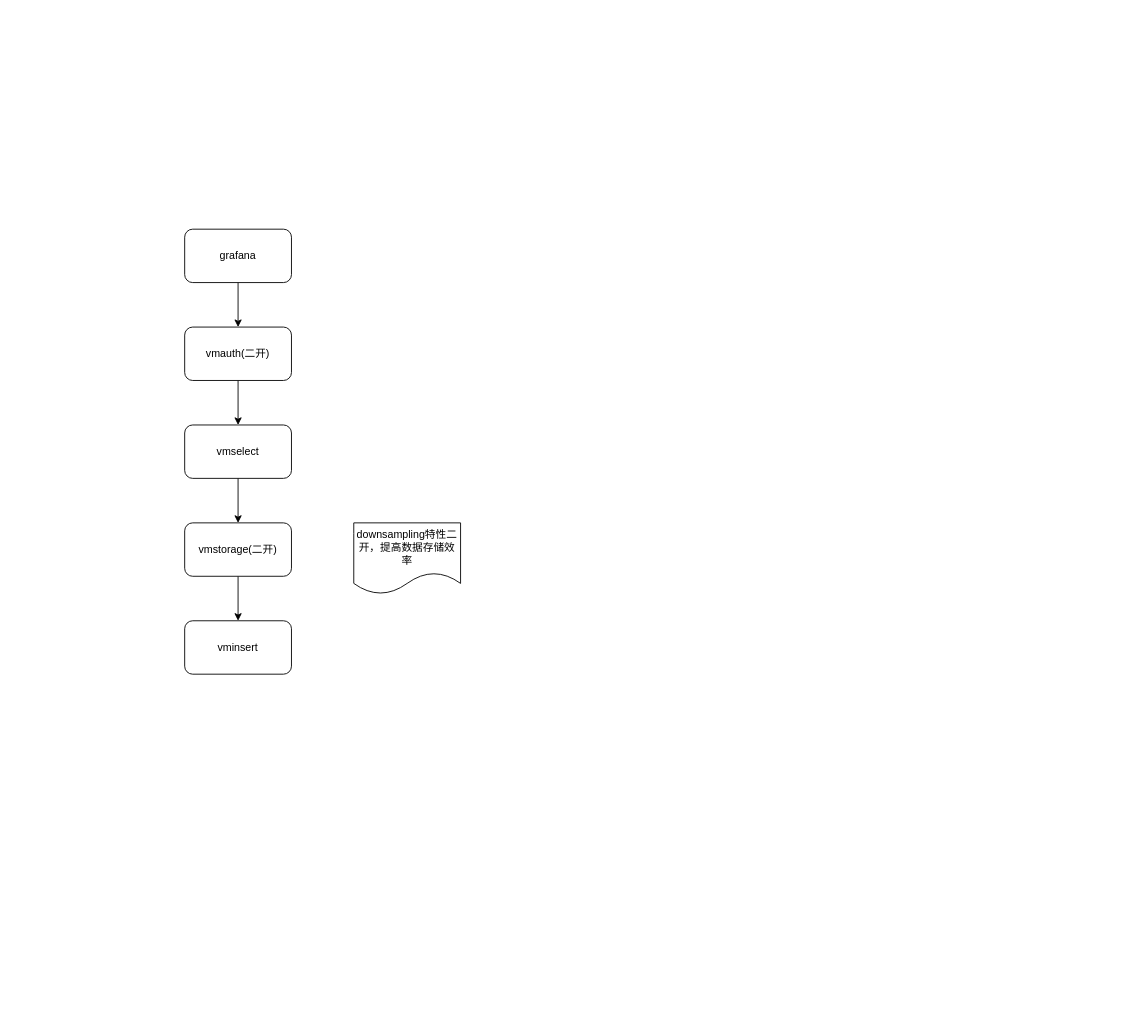
The draw.io diagram 运维中心-可观测-整体架构.drawio in leiwingqueen/draw-io, before the edit. Source tidied: cells renumbered, new cells numbered last; positions are measured from the earlier drawing's top-left corner, leaving out a move shared by most shapes. Both pictures are drawn from the tidied source at 89%, with x=0, y=0 at pixel (24, 122).
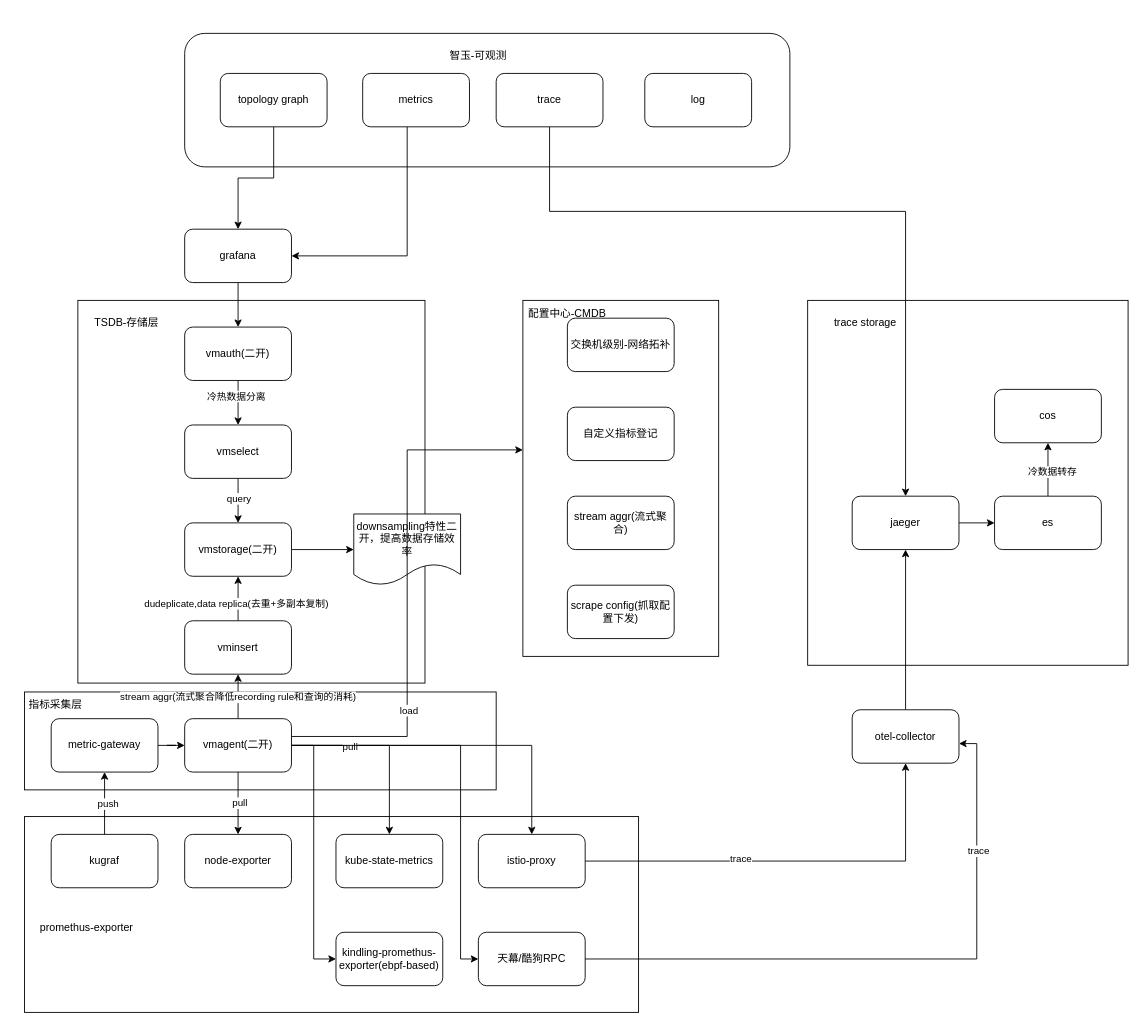
The same diagram, later.

Commit message (it also covers changes not shown here):
更新运维中心-可观测-整体架构.drawio

The change refers to these unchanged cells:
```xml
<mxCell id="4" value="grafana" style="rounded=1;whiteSpace=wrap;html=1;" parent="1" vertex="1">
  <mxGeometry x="180" y="120" width="120" height="60" as="geometry" />
</mxCell>
<mxCell id="5" style="edgeStyle=orthogonalEdgeStyle;rounded=0;jettySize=auto;html=1;" parent="1" edge="1" source="6" target="8">
  <mxGeometry relative="1" as="geometry" />
</mxCell>
<mxCell id="7" style="edgeStyle=orthogonalEdgeStyle;rounded=0;jettySize=auto;html=1;" parent="1" edge="1" source="8" target="10">
  <mxGeometry relative="1" as="geometry" />
</mxCell>
<mxCell id="10" value="vmstorage(二开)" style="rounded=1;whiteSpace=wrap;html=1;" parent="1" vertex="1">
  <mxGeometry x="180" y="450" width="120" height="60" as="geometry" />
</mxCell>
<mxCell id="12" value="vminsert" style="rounded=1;whiteSpace=wrap;html=1;" parent="1" vertex="1">
  <mxGeometry x="180" y="560" width="120" height="60" as="geometry" />
</mxCell>
```

What changed in the source:
```diff
@@
+    <mxCell id="13" style="rounded=0;whiteSpace=wrap;html=1;" parent="1" vertex="1">
+      <mxGeometry x="880" y="200" width="360" height="410" as="geometry" />
+    </mxCell>
+    <mxCell id="14" style="rounded=0;whiteSpace=wrap;html=1;" parent="1" vertex="1">
+      <mxGeometry x="560" y="200" width="220" height="400" as="geometry" />
+    </mxCell>
+    <mxCell id="15" style="rounded=0;whiteSpace=wrap;html=1;" parent="1" vertex="1">
+      <mxGeometry y="780" width="690" height="220" as="geometry" />
+    </mxCell>
+    <mxCell id="16" style="rounded=0;whiteSpace=wrap;html=1;" parent="1" vertex="1">
+      <mxGeometry y="640" width="530" height="110" as="geometry" />
+    </mxCell>
+    <mxCell id="17" style="rounded=0;whiteSpace=wrap;html=1;" parent="1" vertex="1">
+      <mxGeometry x="60" y="200" width="390" height="430" as="geometry" />
+    </mxCell>
     <mxCell id="2" style="text;whiteSpace=wrap;html=1;" parent="1" vertex="1">
-      <mxGeometry width="60" height="50" as="geometry" />
+      <mxGeometry y="-120" width="60" height="50" as="geometry" />
     </mxCell>
@@
+    <mxCell id="18" value="冷热数据分离" style="edgeLabel;html=1;align=center;verticalAlign=middle;" parent="5" vertex="1">
+      <mxGeometry x="-0.32" y="-3" relative="1" as="geometry" />
+    </mxCell>
@@
+    <mxCell id="19" value="query" style="edgeLabel;html=1;align=center;verticalAlign=middle;" parent="7" vertex="1">
+      <mxGeometry x="-0.12" relative="1" as="geometry" />
+    </mxCell>
@@
-    <mxCell id="9" style="edgeStyle=orthogonalEdgeStyle;rounded=0;jettySize=auto;html=1;" parent="1" edge="1" source="10" target="12">
-      <mxGeometry relative="1" as="geometry" />
-    </mxCell>
+    <mxCell id="20" style="edgeStyle=orthogonalEdgeStyle;rounded=0;jettySize=auto;html=1;" parent="1" edge="1" source="10" target="11">
+      <mxGeometry relative="1" as="geometry" />
+    </mxCell>
@@
     <mxCell id="11" value="downsampling特性二开，提高数据存储效率" style="shape=document;whiteSpace=wrap;html=1;boundedLbl=1;" parent="1" vertex="1">
-      <mxGeometry x="370" y="450" width="120" height="80" as="geometry" />
+      <mxGeometry x="370" y="440" width="120" height="80" as="geometry" />
     </mxCell>
+    <mxCell id="21" style="edgeStyle=orthogonalEdgeStyle;rounded=0;jettySize=auto;html=1;" parent="1" edge="1" source="12" target="10">
+      <mxGeometry relative="1" as="geometry" />
+    </mxCell>
+    <mxCell id="22" value="dudeplicate,data replica(去重+多副本复制)" style="edgeLabel;html=1;align=center;verticalAlign=middle;" parent="21" vertex="1">
+      <mxGeometry x="-0.2" y="3" relative="1" as="geometry" />
+    </mxCell>
@@
+    <mxCell id="23" style="edgeStyle=orthogonalEdgeStyle;rounded=0;jettySize=auto;html=1;" parent="1" edge="1" source="32" target="12">
+      <mxGeometry relative="1" as="geometry" />
+    </mxCell>
+    <mxCell id="24" value="stream aggr(流式聚合降低recording rule和查询的消耗)" style="edgeLabel;html=1;align=center;verticalAlign=middle;" parent="23" vertex="1">
+      <mxGeometry y="1" relative="1" as="geometry" />
+    </mxCell>
+    <mxCell id="25" style="edgeStyle=orthogonalEdgeStyle;rounded=0;jettySize=auto;html=1;" parent="1" edge="1" source="32" target="38">
+      <mxGeometry relative="1" as="geometry" />
+    </mxCell>
+    <mxCell id="26" value="pull" style="edgeLabel;html=1;align=center;verticalAlign=middle;" parent="25" vertex="1">
+      <mxGeometry x="-0.03" y="1" relative="1" as="geometry" />
+    </mxCell>
+    <mxCell id="27" style="edgeStyle=orthogonalEdgeStyle;rounded=0;jettySize=auto;html=1;entryX=0.5;entryY=0;entryDx=0;entryDy=0;" parent="1" edge="1" source="32" target="39">
+      <mxGeometry relative="1" as="geometry" />
+    </mxCell>
+    <mxCell id="28" style="edgeStyle=orthogonalEdgeStyle;rounded=0;jettySize=auto;html=1;entryX=0.5;entryY=0;entryDx=0;entryDy=0;" parent="1" edge="1" source="32" target="53">
+      <mxGeometry relative="1" as="geometry" />
+    </mxCell>
+    <mxCell id="29" value="pull" style="edgeLabel;html=1;align=center;verticalAlign=middle;" parent="28" vertex="1">
+      <mxGeometry x="-0.65" y="-1" relative="1" as="geometry" />
+    </mxCell>
+    <mxCell id="30" style="edgeStyle=orthogonalEdgeStyle;rounded=0;jettySize=auto;html=1;entryX=0;entryY=0.5;entryDx=0;entryDy=0;" parent="1" edge="1" source="32" target="54">
+      <mxGeometry relative="1" as="geometry" />
+    </mxCell>
+    <mxCell id="31" style="edgeStyle=orthogonalEdgeStyle;rounded=0;jettySize=auto;html=1;entryX=0;entryY=0.5;entryDx=0;entryDy=0;" parent="1" edge="1" source="32" target="55">
+      <mxGeometry relative="1" as="geometry">
+        <Array as="points">
+          <mxPoint x="490" y="700" />
+          <mxPoint x="490" y="940" />
+        </Array>
+      </mxGeometry>
+    </mxCell>
+    <mxCell id="32" value="vmagent(二开)" style="rounded=1;whiteSpace=wrap;html=1;" parent="1" vertex="1">
+      <mxGeometry x="180" y="670" width="120" height="60" as="geometry" />
+    </mxCell>
+    <mxCell id="33" style="edgeStyle=orthogonalEdgeStyle;rounded=0;jettySize=auto;html=1;" parent="1" edge="1" source="34" target="32">
+      <mxGeometry relative="1" as="geometry" />
+    </mxCell>
+    <mxCell id="34" value="metric-gateway" style="rounded=1;whiteSpace=wrap;html=1;" parent="1" vertex="1">
+      <mxGeometry x="30" y="670" width="120" height="60" as="geometry" />
+    </mxCell>
+    <mxCell id="35" style="edgeStyle=orthogonalEdgeStyle;rounded=0;jettySize=auto;html=1;" parent="1" edge="1" source="37" target="34">
+      <mxGeometry relative="1" as="geometry" />
+    </mxCell>
+    <mxCell id="36" value="push" style="edgeLabel;html=1;align=center;verticalAlign=middle;" parent="35" vertex="1">
+      <mxGeometry y="-3" relative="1" as="geometry" />
+    </mxCell>
+    <mxCell id="37" value="kugraf" style="rounded=1;whiteSpace=wrap;html=1;" parent="1" vertex="1">
+      <mxGeometry x="30" y="800" width="120" height="60" as="geometry" />
+    </mxCell>
+    <mxCell id="38" value="node-exporter" style="rounded=1;whiteSpace=wrap;html=1;" parent="1" vertex="1">
+      <mxGeometry x="180" y="800" width="120" height="60" as="geometry" />
+    </mxCell>
+    <mxCell id="39" value="kube-state-metrics" style="rounded=1;whiteSpace=wrap;html=1;" parent="1" vertex="1">
+      <mxGeometry x="350" y="800" width="120" height="60" as="geometry" />
+    </mxCell>
+    <mxCell id="40" style="rounded=1;whiteSpace=wrap;html=1;" parent="1" vertex="1">
+      <mxGeometry x="180" y="-100" width="680" height="150" as="geometry" />
+    </mxCell>
+    <mxCell id="41" style="edgeStyle=orthogonalEdgeStyle;rounded=0;jettySize=auto;html=1;" parent="1" edge="1" source="42" target="4">
+      <mxGeometry relative="1" as="geometry" />
+    </mxCell>
+    <mxCell id="42" value="topology graph" style="rounded=1;whiteSpace=wrap;html=1;" parent="1" vertex="1">
+      <mxGeometry x="220" y="-55" width="120" height="60" as="geometry" />
+    </mxCell>
+    <mxCell id="43" style="edgeStyle=orthogonalEdgeStyle;rounded=0;jettySize=auto;html=1;entryX=1;entryY=0.5;entryDx=0;entryDy=0;" parent="1" edge="1" source="44" target="4">
+      <mxGeometry relative="1" as="geometry">
+        <Array as="points">
+          <mxPoint x="430" y="150" />
+        </Array>
+      </mxGeometry>
+    </mxCell>
+    <mxCell id="44" value="metrics" style="rounded=1;whiteSpace=wrap;html=1;" parent="1" vertex="1">
+      <mxGeometry x="380" y="-55" width="120" height="60" as="geometry" />
+    </mxCell>
+    <mxCell id="45" style="edgeStyle=orthogonalEdgeStyle;rounded=0;jettySize=auto;html=1;" parent="1" edge="1" source="46" target="67">
+      <mxGeometry relative="1" as="geometry">
+        <Array as="points">
+          <mxPoint x="590" y="100" />
+          <mxPoint x="990" y="100" />
+        </Array>
+      </mxGeometry>
+    </mxCell>
+    <mxCell id="46" value="trace" style="rounded=1;whiteSpace=wrap;html=1;" parent="1" vertex="1">
+      <mxGeometry x="530" y="-55" width="120" height="60" as="geometry" />
+    </mxCell>
+    <mxCell id="47" value="log" style="rounded=1;whiteSpace=wrap;html=1;" parent="1" vertex="1">
+      <mxGeometry x="697" y="-55" width="120" height="60" as="geometry" />
+    </mxCell>
+    <mxCell id="48" value="智玉-可观测" style="text;html=1;align=center;verticalAlign=middle;whiteSpace=wrap;rounded=0;" parent="1" vertex="1">
+      <mxGeometry x="460" y="-90" width="100" height="30" as="geometry" />
+    </mxCell>
+    <mxCell id="49" value="TSDB-存储层" style="text;html=1;align=center;verticalAlign=middle;whiteSpace=wrap;rounded=0;" parent="1" vertex="1">
+      <mxGeometry x="70" y="210" width="90" height="30" as="geometry" />
+    </mxCell>
+    <mxCell id="50" value="指标采集层" style="text;html=1;align=center;verticalAlign=middle;whiteSpace=wrap;rounded=0;" parent="1" vertex="1">
+      <mxGeometry x="-10" y="640" width="90" height="30" as="geometry" />
+    </mxCell>
+    <mxCell id="51" style="edgeStyle=orthogonalEdgeStyle;rounded=0;jettySize=auto;html=1;" parent="1" edge="1" source="53" target="65">
+      <mxGeometry relative="1" as="geometry" />
+    </mxCell>
+    <mxCell id="52" value="trace" style="edgeLabel;html=1;align=center;verticalAlign=middle;" parent="51" vertex="1">
+      <mxGeometry x="-0.26" y="3" relative="1" as="geometry" />
+    </mxCell>
+    <mxCell id="53" value="istio-proxy" style="rounded=1;whiteSpace=wrap;html=1;" parent="1" vertex="1">
+      <mxGeometry x="510" y="800" width="120" height="60" as="geometry" />
+    </mxCell>
+    <mxCell id="54" value="kindling-promethus-exporter(ebpf-based)" style="rounded=1;whiteSpace=wrap;html=1;" parent="1" vertex="1">
+      <mxGeometry x="350" y="910" width="120" height="60" as="geometry" />
+    </mxCell>
+    <mxCell id="55" value="天幕/酷狗RPC" style="rounded=1;whiteSpace=wrap;html=1;" parent="1" vertex="1">
+      <mxGeometry x="510" y="910" width="120" height="60" as="geometry" />
+    </mxCell>
+    <mxCell id="56" value="promethus-exporter" style="text;html=1;align=center;verticalAlign=middle;whiteSpace=wrap;rounded=0;" parent="1" vertex="1">
+      <mxGeometry x="10" y="890" width="120" height="30" as="geometry" />
+    </mxCell>
+    <mxCell id="57" value="交换机级别-网络拓补" style="rounded=1;whiteSpace=wrap;html=1;" parent="1" vertex="1">
+      <mxGeometry x="610" y="220" width="120" height="60" as="geometry" />
+    </mxCell>
+    <mxCell id="58" value="自定义指标登记" style="rounded=1;whiteSpace=wrap;html=1;" parent="1" vertex="1">
+      <mxGeometry x="610" y="320" width="120" height="60" as="geometry" />
+    </mxCell>
+    <mxCell id="59" value="stream aggr(流式聚合)" style="rounded=1;whiteSpace=wrap;html=1;" parent="1" vertex="1">
+      <mxGeometry x="610" y="420" width="120" height="60" as="geometry" />
+    </mxCell>
+    <mxCell id="60" value="scrape config(抓取配置下发)" style="rounded=1;whiteSpace=wrap;html=1;" parent="1" vertex="1">
+      <mxGeometry x="610" y="520" width="120" height="60" as="geometry" />
+    </mxCell>
+    <mxCell id="61" value="配置中心-CMDB" style="text;html=1;align=center;verticalAlign=middle;whiteSpace=wrap;rounded=0;" parent="1" vertex="1">
+      <mxGeometry x="560" y="200" width="100" height="30" as="geometry" />
+    </mxCell>
+    <mxCell id="62" style="edgeStyle=orthogonalEdgeStyle;rounded=0;jettySize=auto;html=1;entryX=0;entryY=0.42;entryDx=0;entryDy=0;entryPerimeter=0;" parent="1" edge="1" source="32" target="14">
+      <mxGeometry relative="1" as="geometry">
+        <Array as="points">
+          <mxPoint x="430" y="690" />
+          <mxPoint x="430" y="368" />
+        </Array>
+      </mxGeometry>
+    </mxCell>
+    <mxCell id="63" value="load" style="edgeLabel;html=1;align=center;verticalAlign=middle;" parent="62" vertex="1">
+      <mxGeometry x="-0.45" y="-1" relative="1" as="geometry" />
+    </mxCell>
+    <mxCell id="64" style="edgeStyle=orthogonalEdgeStyle;rounded=0;jettySize=auto;html=1;entryX=0.5;entryY=1;entryDx=0;entryDy=0;" parent="1" edge="1" source="65" target="67">
+      <mxGeometry relative="1" as="geometry" />
+    </mxCell>
+    <mxCell id="65" value="otel-collector" style="rounded=1;whiteSpace=wrap;html=1;" parent="1" vertex="1">
+      <mxGeometry x="930" y="660" width="120" height="60" as="geometry" />
+    </mxCell>
+    <mxCell id="66" style="edgeStyle=orthogonalEdgeStyle;rounded=0;jettySize=auto;html=1;" parent="1" edge="1" source="67" target="70">
+      <mxGeometry relative="1" as="geometry" />
+    </mxCell>
+    <mxCell id="67" value="jaeger" style="rounded=1;whiteSpace=wrap;html=1;" parent="1" vertex="1">
+      <mxGeometry x="930" y="420" width="120" height="60" as="geometry" />
+    </mxCell>
+    <mxCell id="68" style="edgeStyle=orthogonalEdgeStyle;rounded=0;jettySize=auto;html=1;" parent="1" edge="1" source="70" target="71">
+      <mxGeometry relative="1" as="geometry" />
+    </mxCell>
+    <mxCell id="69" value="冷数据转存" style="edgeLabel;html=1;align=center;verticalAlign=middle;" parent="68" vertex="1">
+      <mxGeometry x="-0.07" y="-4" relative="1" as="geometry" />
+    </mxCell>
+    <mxCell id="70" value="es" style="rounded=1;whiteSpace=wrap;html=1;" parent="1" vertex="1">
+      <mxGeometry x="1090" y="420" width="120" height="60" as="geometry" />
+    </mxCell>
+    <mxCell id="71" value="cos" style="rounded=1;whiteSpace=wrap;html=1;" parent="1" vertex="1">
+      <mxGeometry x="1090" y="300" width="120" height="60" as="geometry" />
+    </mxCell>
+    <mxCell id="72" style="edgeStyle=orthogonalEdgeStyle;rounded=0;jettySize=auto;html=1;entryX=1;entryY=0.633;entryDx=0;entryDy=0;entryPerimeter=0;" parent="1" edge="1" source="55" target="65">
+      <mxGeometry relative="1" as="geometry" />
+    </mxCell>
+    <mxCell id="73" value="trace" style="edgeLabel;html=1;align=center;verticalAlign=middle;" parent="72" vertex="1">
+      <mxGeometry x="0.6" y="-1" relative="1" as="geometry" />
+    </mxCell>
+    <mxCell id="74" value="trace storage" style="text;html=1;align=center;verticalAlign=middle;whiteSpace=wrap;rounded=0;" parent="1" vertex="1">
+      <mxGeometry x="890" y="210" width="110" height="30" as="geometry" />
+    </mxCell>
```
